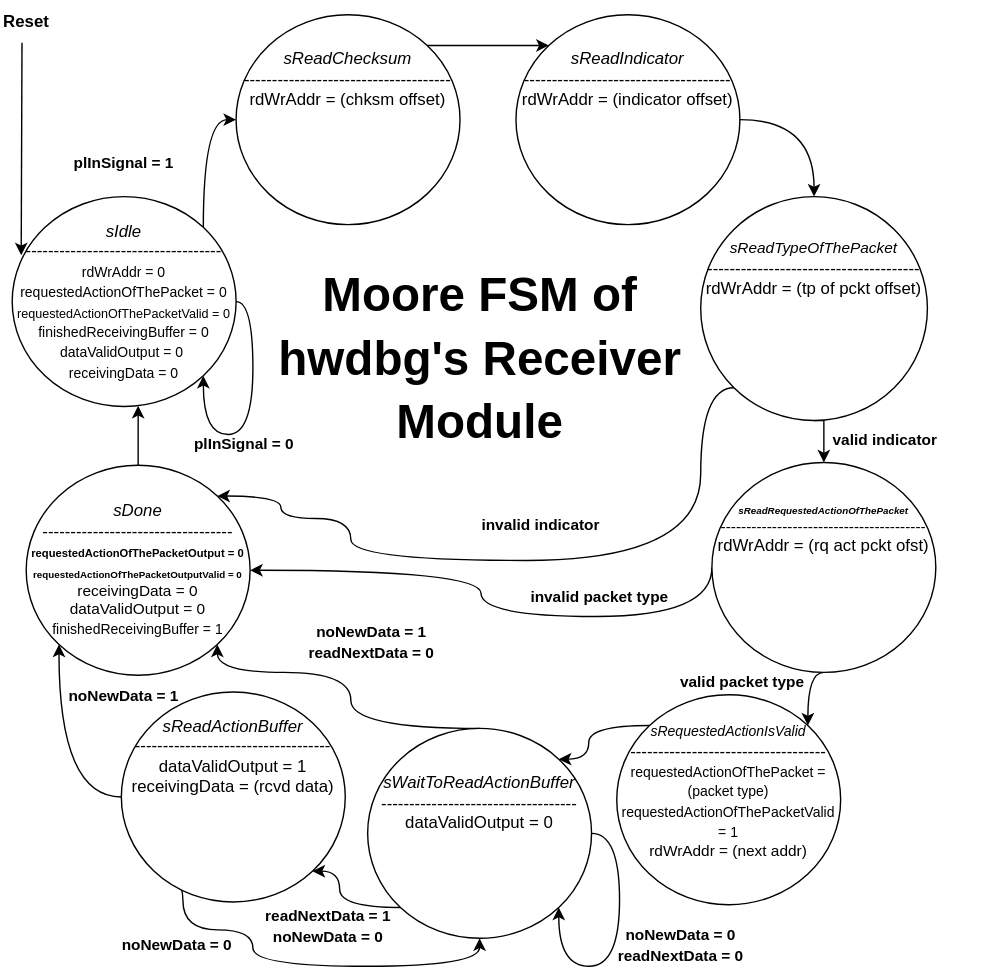
This is Figures/hwdbg/FSM/receiver_fsm/receiver_fsm.svg from HyperDbg/graphics, a draw.io export, as it was before one commit. Source tidied: cells renumbered, new cells last; positions are measured from the earlier drawing's top-left corner, leaving out a move shared by most shapes.
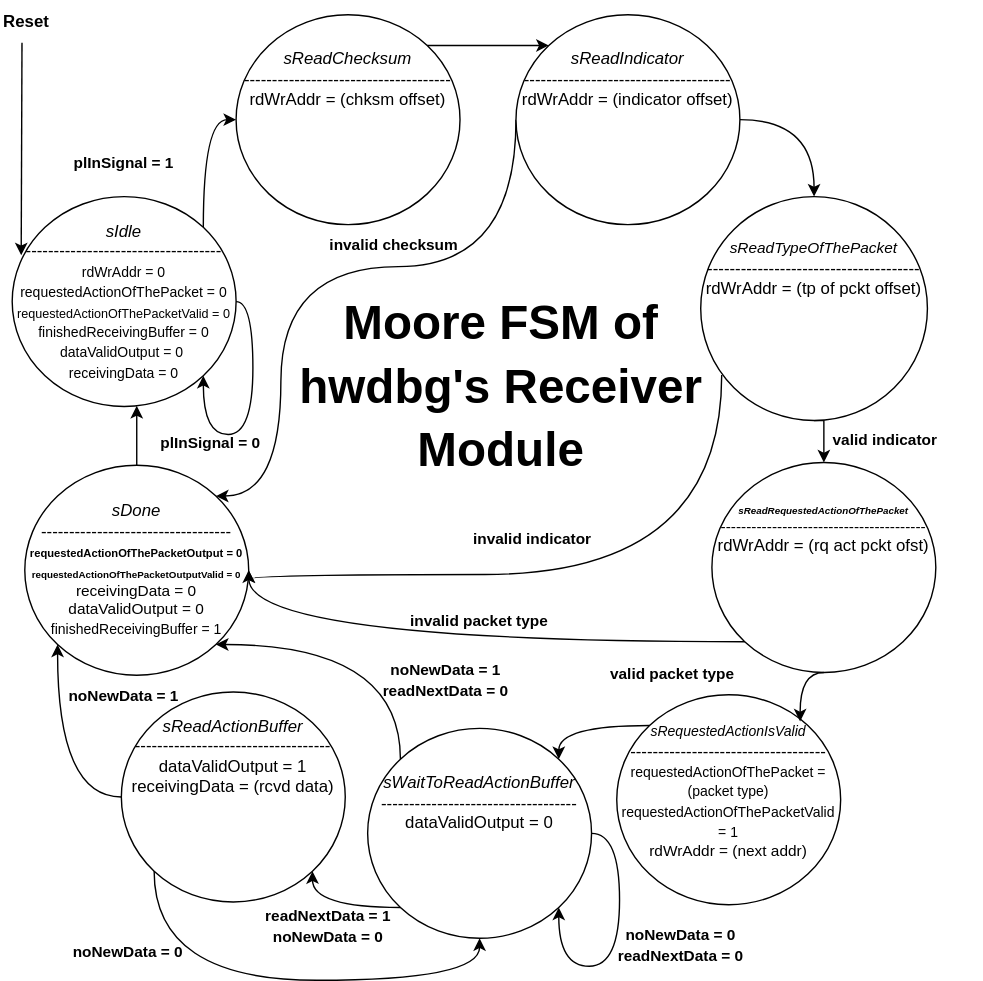
After the commit.

Change to the diagram source:
```diff
@@ -17,36 +17,28 @@
     <mxCell id="6" style="edgeStyle=orthogonalEdgeStyle;rounded=0;jettySize=auto;html=1;exitX=1;exitY=0.5;exitDx=0;exitDy=0;curved=1;" parent="1" edge="1" source="7" target="10">
       <mxGeometry relative="1" as="geometry" />
     </mxCell>
+    <mxCell id="42" style="edgeStyle=orthogonalEdgeStyle;curved=1;rounded=0;jettySize=auto;html=1;exitX=0;exitY=0.5;exitDx=0;exitDy=0;entryX=1;entryY=0;entryDx=0;entryDy=0;" parent="1" edge="1" source="7" target="14">
+      <mxGeometry relative="1" as="geometry">
+        <Array as="points">
+          <mxPoint x="368" y="190" />
+          <mxPoint x="200" y="190" />
+          <mxPoint x="200" y="354" />
+        </Array>
+      </mxGeometry>
+    </mxCell>
     <mxCell id="7" value="&lt;div&gt;&lt;i&gt;sReadIndicator&lt;/i&gt;&lt;/div&gt;&lt;div&gt;-------------------------------------&lt;/div&gt;&lt;div&gt;&lt;div&gt;&lt;span style=&quot;background-color: initial;&quot;&gt;rdWrAddr = (indicator offset)&lt;/span&gt;&lt;br&gt;&lt;/div&gt;&lt;div&gt;&lt;br&gt;&lt;/div&gt;&lt;/div&gt;&lt;div&gt;&lt;br&gt;&lt;/div&gt;&lt;div&gt;&lt;br&gt;&lt;/div&gt;&lt;div&gt;&lt;br&gt;&lt;/div&gt;" style="ellipse;whiteSpace=wrap;html=1;" parent="1" vertex="1">
       <mxGeometry x="368" y="10" width="160" height="150" as="geometry" />
     </mxCell>
     <mxCell id="8" style="edgeStyle=orthogonalEdgeStyle;rounded=0;jettySize=auto;html=1;exitX=0.5;exitY=1;exitDx=0;exitDy=0;entryX=0.5;entryY=0;entryDx=0;entryDy=0;" parent="1" edge="1" source="10" target="13">
       <mxGeometry relative="1" as="geometry" />
     </mxCell>
-    <mxCell id="9" style="edgeStyle=orthogonalEdgeStyle;rounded=0;jettySize=auto;html=1;exitX=0;exitY=1;exitDx=0;exitDy=0;entryX=1;entryY=0;entryDx=0;entryDy=0;curved=1;" parent="1" edge="1" source="10" target="14">
-      <mxGeometry relative="1" as="geometry">
-        <Array as="points">
-          <mxPoint x="500" y="277" />
-          <mxPoint x="500" y="400" />
-          <mxPoint x="250" y="400" />
-          <mxPoint x="250" y="370" />
-          <mxPoint x="200" y="370" />
-          <mxPoint x="200" y="354" />
-        </Array>
-      </mxGeometry>
-    </mxCell>
     <mxCell id="10" value="&lt;div&gt;&lt;font style=&quot;font-size: 11px;&quot;&gt;&lt;i&gt;sReadTypeOfThePacket&lt;/i&gt;&lt;/font&gt;&lt;/div&gt;&lt;div&gt;--------------------------------------&lt;/div&gt;&lt;div&gt;&lt;div&gt;&lt;span style=&quot;background-color: initial;&quot;&gt;rdWrAddr = (tp of pckt offset)&lt;/span&gt;&lt;br&gt;&lt;/div&gt;&lt;div&gt;&lt;br&gt;&lt;/div&gt;&lt;/div&gt;&lt;div&gt;&lt;br&gt;&lt;/div&gt;&lt;div&gt;&lt;br&gt;&lt;/div&gt;&lt;div&gt;&lt;br&gt;&lt;/div&gt;" style="ellipse;whiteSpace=wrap;html=1;" parent="1" vertex="1">
       <mxGeometry x="500" y="140" width="162" height="160" as="geometry" />
     </mxCell>
-    <mxCell id="11" style="edgeStyle=orthogonalEdgeStyle;rounded=0;jettySize=auto;html=1;exitX=0.5;exitY=1;exitDx=0;exitDy=0;entryX=1;entryY=0;entryDx=0;entryDy=0;curved=1;" parent="1" edge="1" source="13" target="26">
-      <mxGeometry relative="1" as="geometry" />
-    </mxCell>
-    <mxCell id="12" style="edgeStyle=orthogonalEdgeStyle;rounded=0;jettySize=auto;html=1;exitX=0;exitY=0.5;exitDx=0;exitDy=0;entryX=1;entryY=0.5;entryDx=0;entryDy=0;curved=1;" parent="1" edge="1" source="13" target="14">
+    <mxCell id="12" style="edgeStyle=orthogonalEdgeStyle;curved=1;rounded=0;jettySize=auto;html=1;exitX=0;exitY=1;exitDx=0;exitDy=0;entryX=1;entryY=0.5;entryDx=0;entryDy=0;" parent="1" edge="1" source="13" target="14">
       <mxGeometry relative="1" as="geometry">
         <Array as="points">
-          <mxPoint x="508" y="440" />
-          <mxPoint x="343" y="440" />
-          <mxPoint x="343" y="407" />
+          <mxPoint x="178" y="458" />
         </Array>
       </mxGeometry>
     </mxCell>
@@ -54,7 +46,7 @@
       <mxGeometry x="508" y="330" width="160" height="150" as="geometry" />
     </mxCell>
     <mxCell id="14" value="&lt;div&gt;&lt;i&gt;sDone&lt;br&gt;&lt;/i&gt;&lt;/div&gt;&lt;div&gt;----------------------------------&lt;/div&gt;&lt;div&gt;&lt;div&gt;&lt;font style=&quot;&quot;&gt;&lt;div style=&quot;&quot;&gt;&lt;font style=&quot;font-size: 8px;&quot;&gt;&lt;b&gt;requestedActionOfThePacketOutput = 0&lt;/b&gt;&lt;/font&gt;&lt;/div&gt;&lt;div style=&quot;&quot;&gt;&lt;font style=&quot;font-size: 7px;&quot;&gt;&lt;b&gt;requestedActionOfThePacketOutputValid = 0&lt;/b&gt;&lt;/font&gt;&lt;/div&gt;&lt;div style=&quot;font-size: 11px;&quot;&gt;receivingData = 0&lt;/div&gt;&lt;div style=&quot;font-size: 11px;&quot;&gt;dataValidOutput = 0&lt;/div&gt;&lt;div style=&quot;&quot;&gt;&lt;font style=&quot;font-size: 10px;&quot;&gt;finishedReceivingBuffer = 1&lt;/font&gt;&lt;/div&gt;&lt;/font&gt;&lt;/div&gt;&lt;/div&gt;" style="ellipse;whiteSpace=wrap;html=1;" parent="1" vertex="1">
-      <mxGeometry x="18" y="332" width="160" height="150" as="geometry" />
+      <mxGeometry x="17" y="332" width="160" height="150" as="geometry" />
     </mxCell>
     <mxCell id="15" style="edgeStyle=orthogonalEdgeStyle;rounded=0;jettySize=auto;html=1;curved=1;" parent="1" edge="1" source="14" target="3">
       <mxGeometry relative="1" as="geometry">
@@ -90,40 +82,54 @@
       </mxGeometry>
     </mxCell>
     <mxCell id="21" value="&lt;span style=&quot;font-size: 11px;&quot;&gt;&lt;b&gt;plInSignal&amp;nbsp;&lt;/b&gt;&lt;/span&gt;&lt;b style=&quot;font-size: 11px;&quot;&gt;= 0&lt;/b&gt;" style="text;html=1;align=center;verticalAlign=middle;whiteSpace=wrap;rounded=0;rotation=0;" parent="1" vertex="1">
-      <mxGeometry x="98" y="302" width="152" height="30" as="geometry" />
+      <mxGeometry x="74" y="301" width="152" height="30" as="geometry" />
     </mxCell>
+    <mxCell id="43" style="edgeStyle=orthogonalEdgeStyle;curved=1;rounded=0;jettySize=auto;html=1;exitX=1;exitY=0.25;exitDx=0;exitDy=0;entryX=1;entryY=0.5;entryDx=0;entryDy=0;" parent="1" edge="1" source="22" target="14">
+      <mxGeometry relative="1" as="geometry">
+        <Array as="points">
+          <mxPoint x="515" y="410" />
+          <mxPoint x="177" y="410" />
+        </Array>
+      </mxGeometry>
+    </mxCell>
     <mxCell id="22" value="&lt;font style=&quot;font-size: 34px;&quot;&gt;Moore FSM of hwdbg's Receiver Module&lt;/font&gt;" style="text;html=1;align=center;verticalAlign=middle;whiteSpace=wrap;rounded=0;fontStyle=1;fontSize=38;" parent="1" vertex="1">
-      <mxGeometry x="185" y="240" width="315" height="30" as="geometry" />
+      <mxGeometry x="200" y="260" width="315" height="30" as="geometry" />
     </mxCell>
     <mxCell id="23" value="&lt;b&gt;valid indicator&lt;/b&gt;" style="text;html=1;align=center;verticalAlign=middle;whiteSpace=wrap;rounded=0;rotation=0;fontSize=11;" parent="1" vertex="1">
       <mxGeometry x="562" y="299" width="140" height="30" as="geometry" />
     </mxCell>
     <mxCell id="24" value="&lt;b&gt;valid packet type&lt;/b&gt;" style="text;html=1;align=center;verticalAlign=middle;whiteSpace=wrap;rounded=0;rotation=0;fontSize=11;" parent="1" vertex="1">
-      <mxGeometry x="460" y="472" width="140" height="30" as="geometry" />
+      <mxGeometry x="410" y="466" width="140" height="30" as="geometry" />
     </mxCell>
-    <mxCell id="25" style="edgeStyle=orthogonalEdgeStyle;rounded=0;jettySize=auto;html=1;exitX=0;exitY=0;exitDx=0;exitDy=0;entryX=1;entryY=0;entryDx=0;entryDy=0;curved=1;" parent="1" edge="1" source="26" target="29">
-      <mxGeometry relative="1" as="geometry" />
+    <mxCell id="25" style="edgeStyle=orthogonalEdgeStyle;curved=1;rounded=0;jettySize=auto;html=1;exitX=0;exitY=0;exitDx=0;exitDy=0;entryX=1;entryY=0;entryDx=0;entryDy=0;" parent="1" edge="1" source="26" target="29">
+      <mxGeometry relative="1" as="geometry">
+        <Array as="points">
+          <mxPoint x="399" y="518" />
+        </Array>
+      </mxGeometry>
     </mxCell>
     <mxCell id="26" value="&lt;div&gt;&lt;i&gt;&lt;font style=&quot;font-size: 10px;&quot;&gt;sRequestedActionIsValid&lt;/font&gt;&lt;br&gt;&lt;/i&gt;&lt;/div&gt;&lt;div&gt;-----------------------------------&lt;/div&gt;&lt;div&gt;&lt;div&gt;&lt;font style=&quot;font-size: 10px;&quot;&gt;requestedActionOfThePacket = (packet type)&lt;br&gt;&lt;/font&gt;&lt;/div&gt;&lt;div&gt;&lt;font style=&quot;font-size: 10px;&quot;&gt;requestedActionOfThePacketValid = 1&lt;/font&gt;&lt;/div&gt;&lt;/div&gt;&lt;div&gt;&lt;font style=&quot;&quot;&gt;&lt;div style=&quot;&quot;&gt;&lt;span style=&quot;background-color: initial;&quot;&gt;&lt;font style=&quot;font-size: 11px;&quot;&gt;rdWrAddr = (next addr)&lt;/font&gt;&lt;/span&gt;&lt;/div&gt;&lt;div style=&quot;font-size: 10px;&quot;&gt;&lt;br&gt;&lt;/div&gt;&lt;/font&gt;&lt;/div&gt;" style="ellipse;whiteSpace=wrap;html=1;" parent="1" vertex="1">
       <mxGeometry x="440" y="496" width="160" height="150" as="geometry" />
     </mxCell>
-    <mxCell id="27" style="edgeStyle=orthogonalEdgeStyle;rounded=0;jettySize=auto;html=1;exitX=0.5;exitY=0;exitDx=0;exitDy=0;entryX=1;entryY=1;entryDx=0;entryDy=0;curved=1;" parent="1" edge="1" source="29" target="14">
+    <mxCell id="27" style="edgeStyle=orthogonalEdgeStyle;curved=1;rounded=0;jettySize=auto;html=1;exitX=0;exitY=0;exitDx=0;exitDy=0;entryX=1;entryY=1;entryDx=0;entryDy=0;" parent="1" edge="1" source="29" target="14">
       <mxGeometry relative="1" as="geometry">
         <Array as="points">
-          <mxPoint x="250" y="520" />
-          <mxPoint x="250" y="480" />
-          <mxPoint x="155" y="480" />
+          <mxPoint x="285" y="460" />
         </Array>
       </mxGeometry>
     </mxCell>
-    <mxCell id="28" style="edgeStyle=orthogonalEdgeStyle;rounded=0;jettySize=auto;html=1;exitX=0;exitY=1;exitDx=0;exitDy=0;entryX=1;entryY=1;entryDx=0;entryDy=0;curved=1;" parent="1" edge="1" source="29" target="37">
-      <mxGeometry relative="1" as="geometry" />
+    <mxCell id="28" style="edgeStyle=orthogonalEdgeStyle;curved=1;rounded=0;jettySize=auto;html=1;exitX=0;exitY=1;exitDx=0;exitDy=0;entryX=1;entryY=1;entryDx=0;entryDy=0;" parent="1" edge="1" source="29" target="37">
+      <mxGeometry relative="1" as="geometry">
+        <Array as="points">
+          <mxPoint x="223" y="648" />
+        </Array>
+      </mxGeometry>
     </mxCell>
     <mxCell id="29" value="&lt;div&gt;&lt;i&gt;sWaitToReadActionBuffer&lt;br&gt;&lt;/i&gt;&lt;/div&gt;&lt;div&gt;-----------------------------------&lt;/div&gt;&lt;div&gt;&lt;div&gt;&lt;div&gt;&lt;div&gt;dataValidOutput = 0&lt;br&gt;&lt;/div&gt;&lt;/div&gt;&lt;/div&gt;&lt;/div&gt;&lt;div&gt;&lt;br&gt;&lt;/div&gt;&lt;div&gt;&lt;br&gt;&lt;/div&gt;&lt;div&gt;&lt;br&gt;&lt;/div&gt;" style="ellipse;whiteSpace=wrap;html=1;" parent="1" vertex="1">
       <mxGeometry x="262" y="520" width="160" height="150" as="geometry" />
     </mxCell>
     <mxCell id="30" value="&lt;span style=&quot;font-size: 11px;&quot;&gt;&lt;b&gt;noNewData&amp;nbsp;&lt;/b&gt;&lt;/span&gt;&lt;b style=&quot;font-size: 11px;&quot;&gt;= 1&lt;/b&gt;&lt;div&gt;&lt;span style=&quot;font-size: 11px;&quot;&gt;&lt;b&gt;readNextData&lt;/b&gt;&lt;/span&gt;&lt;b style=&quot;font-size: 11px;&quot;&gt;&amp;nbsp;&lt;/b&gt;&lt;b style=&quot;font-size: 11px;&quot;&gt;= 0&lt;/b&gt;&lt;b style=&quot;font-size: 11px;&quot;&gt;&lt;br&gt;&lt;/b&gt;&lt;/div&gt;" style="text;html=1;align=center;verticalAlign=middle;whiteSpace=wrap;rounded=0;rotation=0;" parent="1" vertex="1">
-      <mxGeometry x="188.5" y="443" width="152" height="30" as="geometry" />
+      <mxGeometry x="242" y="470" width="152" height="30" as="geometry" />
     </mxCell>
     <mxCell id="31" value="&lt;span style=&quot;font-size: 11px;&quot;&gt;&lt;b&gt;readNextData&lt;/b&gt;&lt;/span&gt;&lt;b style=&quot;font-size: 11px;&quot;&gt;&amp;nbsp;&lt;/b&gt;&lt;b style=&quot;font-size: 11px;&quot;&gt;= 1&lt;/b&gt;&lt;div&gt;&lt;b style=&quot;font-size: 11px;&quot;&gt;noNewData = 0&lt;/b&gt;&lt;/div&gt;" style="text;html=1;align=center;verticalAlign=middle;whiteSpace=wrap;rounded=0;rotation=0;" parent="1" vertex="1">
       <mxGeometry x="158" y="646" width="152" height="30" as="geometry" />
@@ -132,19 +138,16 @@
       <mxGeometry x="410" y="660" width="152" height="30" as="geometry" />
     </mxCell>
     <mxCell id="33" value="&lt;b&gt;invalid indicator&lt;/b&gt;" style="text;html=1;align=center;verticalAlign=middle;whiteSpace=wrap;rounded=0;rotation=0;fontSize=11;" parent="1" vertex="1">
-      <mxGeometry x="316" y="360" width="140" height="30" as="geometry" />
+      <mxGeometry x="310" y="370" width="140" height="30" as="geometry" />
     </mxCell>
     <mxCell id="34" value="&lt;b&gt;invalid packet type&lt;/b&gt;" style="text;html=1;align=center;verticalAlign=middle;whiteSpace=wrap;rounded=0;rotation=0;fontSize=11;" parent="1" vertex="1">
-      <mxGeometry x="358" y="410" width="140" height="32" as="geometry" />
+      <mxGeometry x="272" y="427" width="140" height="32" as="geometry" />
     </mxCell>
     <mxCell id="35" style="edgeStyle=orthogonalEdgeStyle;rounded=0;jettySize=auto;html=1;exitX=0;exitY=1;exitDx=0;exitDy=0;entryX=0.5;entryY=1;entryDx=0;entryDy=0;curved=1;" parent="1" edge="1" source="37" target="29">
       <mxGeometry relative="1" as="geometry">
         <Array as="points">
-          <mxPoint x="130" y="622" />
-          <mxPoint x="130" y="664" />
-          <mxPoint x="180" y="664" />
-          <mxPoint x="180" y="690" />
-          <mxPoint x="342" y="690" />
+          <mxPoint x="109" y="700" />
+          <mxPoint x="342" y="700" />
         </Array>
       </mxGeometry>
     </mxCell>
@@ -161,10 +164,20 @@
       <mxGeometry relative="1" as="geometry" />
     </mxCell>
     <mxCell id="40" value="&lt;span style=&quot;font-size: 11px;&quot;&gt;&lt;b&gt;noNewData&amp;nbsp;&lt;/b&gt;&lt;/span&gt;&lt;b style=&quot;font-size: 11px;&quot;&gt;= 0&lt;/b&gt;" style="text;html=1;align=center;verticalAlign=middle;whiteSpace=wrap;rounded=0;rotation=0;" parent="1" vertex="1">
-      <mxGeometry x="50" y="660" width="152" height="30" as="geometry" />
+      <mxGeometry x="15" y="665" width="152" height="30" as="geometry" />
     </mxCell>
     <mxCell id="41" value="&lt;span style=&quot;font-size: 11px;&quot;&gt;&lt;b&gt;noNewData&amp;nbsp;&lt;/b&gt;&lt;/span&gt;&lt;b style=&quot;font-size: 11px;&quot;&gt;= 1&lt;/b&gt;" style="text;html=1;align=center;verticalAlign=middle;whiteSpace=wrap;rounded=0;rotation=0;" parent="1" vertex="1">
       <mxGeometry x="12" y="482" width="152" height="30" as="geometry" />
     </mxCell>
+    <mxCell id="11" style="edgeStyle=orthogonalEdgeStyle;curved=1;rounded=0;jettySize=auto;html=1;exitX=0.5;exitY=1;exitDx=0;exitDy=0;entryX=0.819;entryY=0.127;entryDx=0;entryDy=0;entryPerimeter=0;" parent="1" edge="1" source="13" target="26">
+      <mxGeometry relative="1" as="geometry">
+        <Array as="points">
+          <mxPoint x="571" y="480" />
+        </Array>
+      </mxGeometry>
+    </mxCell>
+    <mxCell id="44" value="&lt;span style=&quot;font-size: 11px;&quot;&gt;&lt;b&gt;invalid checksum&lt;/b&gt;&lt;/span&gt;" style="text;html=1;align=center;verticalAlign=middle;whiteSpace=wrap;rounded=0;rotation=0;" parent="1" vertex="1">
+      <mxGeometry x="205" y="160" width="152" height="30" as="geometry" />
+    </mxCell>
   </root>
 </mxGraphModel>
```
